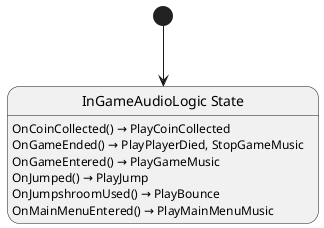
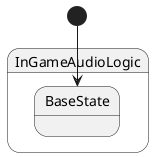
@startuml InGameAudioLogic
- state "InGameAudioLogic State" as GameDemo_InGameAudioLogic_State
- GameDemo_InGameAudioLogic_State : OnCoinCollected() → PlayCoinCollected
- GameDemo_InGameAudioLogic_State : OnGameEnded() → PlayPlayerDied, StopGameMusic
- GameDemo_InGameAudioLogic_State : OnGameEntered() → PlayGameMusic
- GameDemo_InGameAudioLogic_State : OnJumped() → PlayJump
- GameDemo_InGameAudioLogic_State : OnJumpshroomUsed() → PlayBounce
- GameDemo_InGameAudioLogic_State : OnMainMenuEntered() → PlayMainMenuMusic
+ state InGameAudioLogic {
+   state BaseState
+ }

- [*] --> GameDemo_InGameAudioLogic_State
+ [*] --> BaseState
@enduml